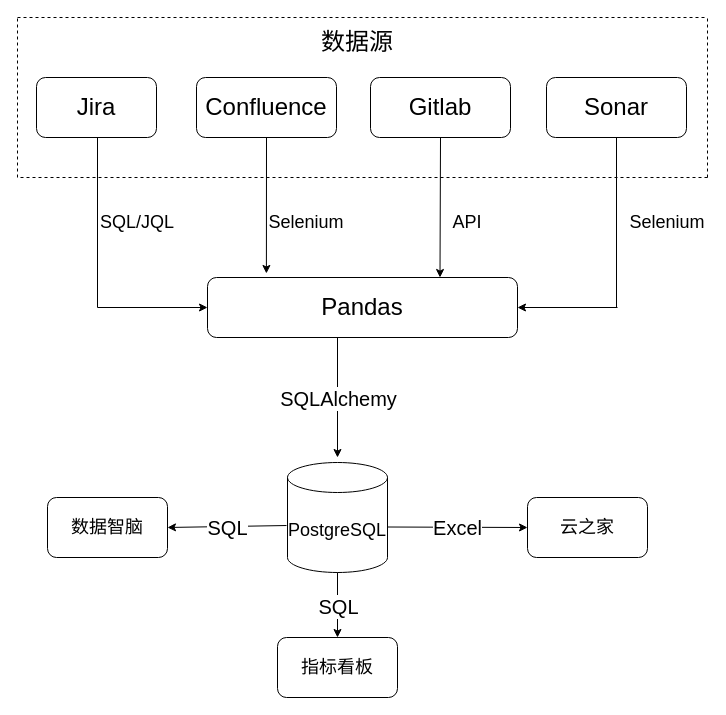
This is 未命名绘图.drawio from Ray-SR/Photos, a draw.io file, before an edit. Source tidied: cells renumbered, new cells numbered last; positions are measured from the earlier drawing's top-left corner, leaving out a move shared by most shapes. Both pictures are drawn from the tidied source at 100%, with x=0, y=0 at pixel (17, 17).
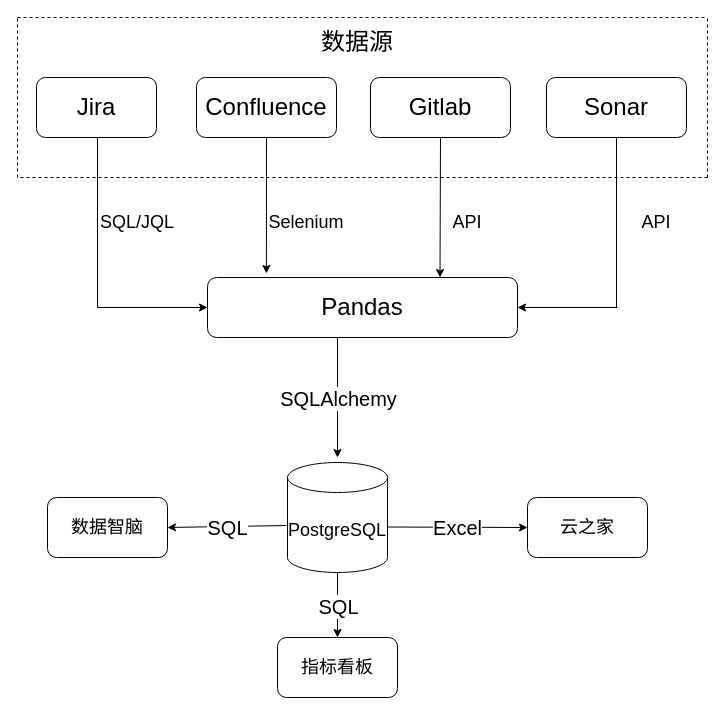
Above is the later version.

Diff of the diagram source:
```diff
@@
-    <mxCell id="24" value="&lt;span style=&quot;font-size: 18px;&quot;&gt;Selenium&lt;/span&gt;" style="text;html=1;strokeColor=none;fillColor=none;align=center;verticalAlign=middle;whiteSpace=wrap;rounded=0;" parent="1" vertex="1">
-      <mxGeometry x="620" y="190" width="60" height="30" as="geometry" />
+    <mxCell id="24" value="&lt;span style=&quot;font-size: 18px;&quot;&gt;API&lt;/span&gt;" style="text;html=1;strokeColor=none;fillColor=none;align=center;verticalAlign=middle;whiteSpace=wrap;rounded=0;" parent="1" vertex="1">
+      <mxGeometry x="609" y="190" width="60" height="30" as="geometry" />
     </mxCell>
```
